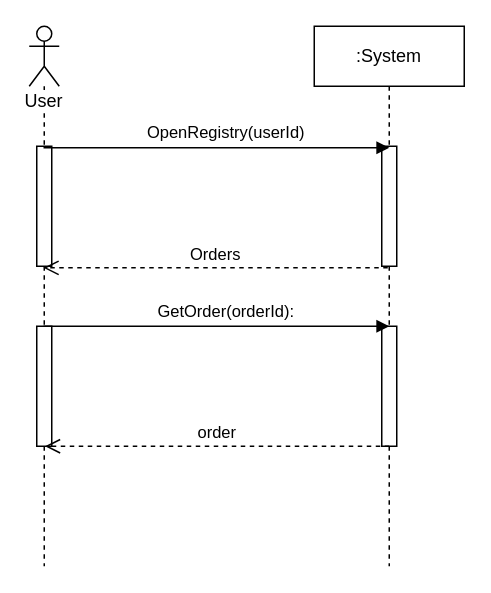
Earlier version of the draw.io diagram Lab3/Бугаков/3Прецедент.drawio (denissfloww/Information-systems-design). Source tidied: cells renumbered, new cells numbered last; positions are measured from the earlier drawing's top-left corner, leaving out a move shared by most shapes. Both pictures are drawn from the tidied source at 150%, with x=0, y=0 at pixel (28, 26).
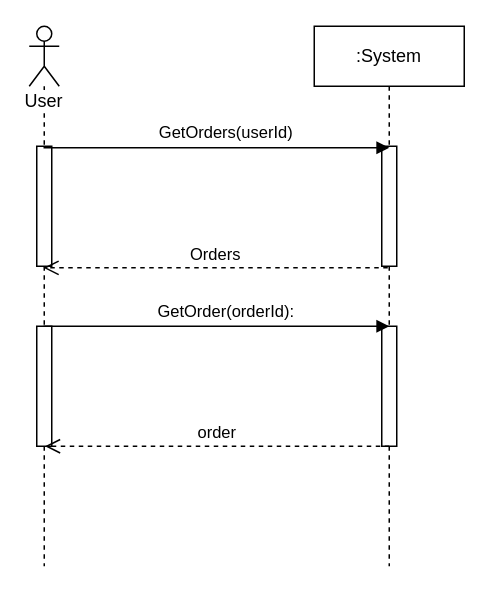
After the change.

Diff of the diagram source:
```diff
@@
 <mxGraphModel>
   <root>
     <mxCell id="0" />
     <mxCell id="1" parent="0" />
     <mxCell id="2" value="User" style="shape=umlLifeline;participant=umlActor;perimeter=lifelinePerimeter;whiteSpace=wrap;html=1;verticalAlign=top;spacingTop=36;labelBackgroundColor=#ffffff;outlineConnect=0;" parent="1" vertex="1">
       <mxGeometry width="20" height="360" as="geometry" />
     </mxCell>
     <mxCell id="3" style="html=1;perimeter=orthogonalPerimeter;" parent="2" vertex="1">
       <mxGeometry x="5" y="80" width="10" height="80" as="geometry" />
     </mxCell>
     <mxCell id="4" style="html=1;perimeter=orthogonalPerimeter;" parent="2" vertex="1">
       <mxGeometry x="5" y="200" width="10" height="80" as="geometry" />
     </mxCell>
     <mxCell id="5" value=":System" style="shape=umlLifeline;perimeter=lifelinePerimeter;whiteSpace=wrap;html=1;" parent="1" vertex="1">
       <mxGeometry x="190" width="100" height="360" as="geometry" />
     </mxCell>
     <mxCell id="6" style="html=1;points=[];perimeter=orthogonalPerimeter;" parent="5" vertex="1">
       <mxGeometry x="45" y="80" width="10" height="80" as="geometry" />
     </mxCell>
     <mxCell id="7" style="html=1;perimeter=orthogonalPerimeter;" parent="5" vertex="1">
       <mxGeometry x="45" y="200" width="10" height="80" as="geometry" />
     </mxCell>
-    <mxCell id="8" value="&lt;span lang=&quot;EN-US&quot;&gt;OpenRegistry(userId)&lt;/span&gt;" style="html=1;verticalAlign=bottom;endArrow=block;entryX=0.5;entryY=0.013;entryDx=0;entryDy=0;entryPerimeter=0;" parent="1" edge="1" source="2" target="6">
+    <mxCell id="8" value="&lt;span lang=&quot;EN-US&quot;&gt;GetOrders(userId)&lt;/span&gt;" style="html=1;verticalAlign=bottom;endArrow=block;entryX=0.5;entryY=0.013;entryDx=0;entryDy=0;entryPerimeter=0;" parent="1" edge="1" source="2" target="6">
       <mxGeometry x="0.05" y="1" relative="1" as="geometry" />
     </mxCell>
     <mxCell id="9" value="Orders" style="html=1;verticalAlign=bottom;endArrow=open;dashed=1;endSize=8;exitX=0.4;exitY=1.013;exitDx=0;exitDy=0;exitPerimeter=0;" parent="1" edge="1" source="6" target="2">
       <mxGeometry relative="1" as="geometry" />
     </mxCell>
     <mxCell id="10" value="GetOrder(orderId):" style="html=1;verticalAlign=bottom;endArrow=block;entryX=0.5;entryY=0.013;entryDx=0;entryDy=0;entryPerimeter=0;" parent="1" edge="1">
       <mxGeometry x="0.05" y="1" relative="1" as="geometry">
         <mxPoint x="9.5" y="200" as="sourcePoint" />
         <mxPoint x="240" y="200" as="targetPoint" />
       </mxGeometry>
     </mxCell>
     <mxCell id="11" value="order" style="html=1;verticalAlign=bottom;endArrow=open;dashed=1;endSize=8;exitX=0.4;exitY=1.013;exitDx=0;exitDy=0;exitPerimeter=0;" parent="1" edge="1">
       <mxGeometry relative="1" as="geometry">
         <mxPoint x="240" y="280" as="sourcePoint" />
         <mxPoint x="10.5" y="280" as="targetPoint" />
       </mxGeometry>
     </mxCell>
   </root>
 </mxGraphModel>
```
